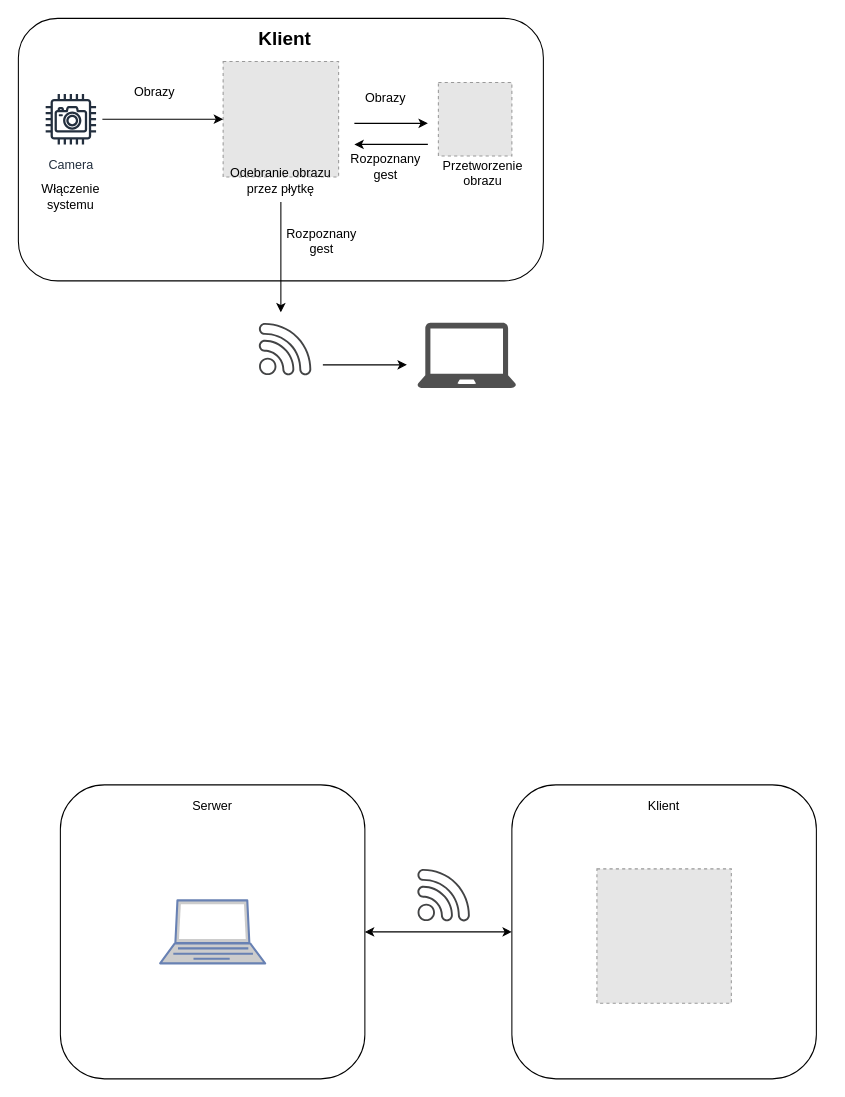
Above: dokumentacja/opis_systemu.drawio in Mitchu727/SKPS---gesture-recoqnition (draw.io), before the change. Source tidied: cells renumbered, new cells numbered last; positions are measured from the earlier drawing's top-left corner, leaving out a move shared by most shapes. Both pictures are drawn from the tidied source at 105%, with x=0, y=0 at pixel (18, 18). Pictures stored in the file or linked from it are replaced by grey dashed boxes.
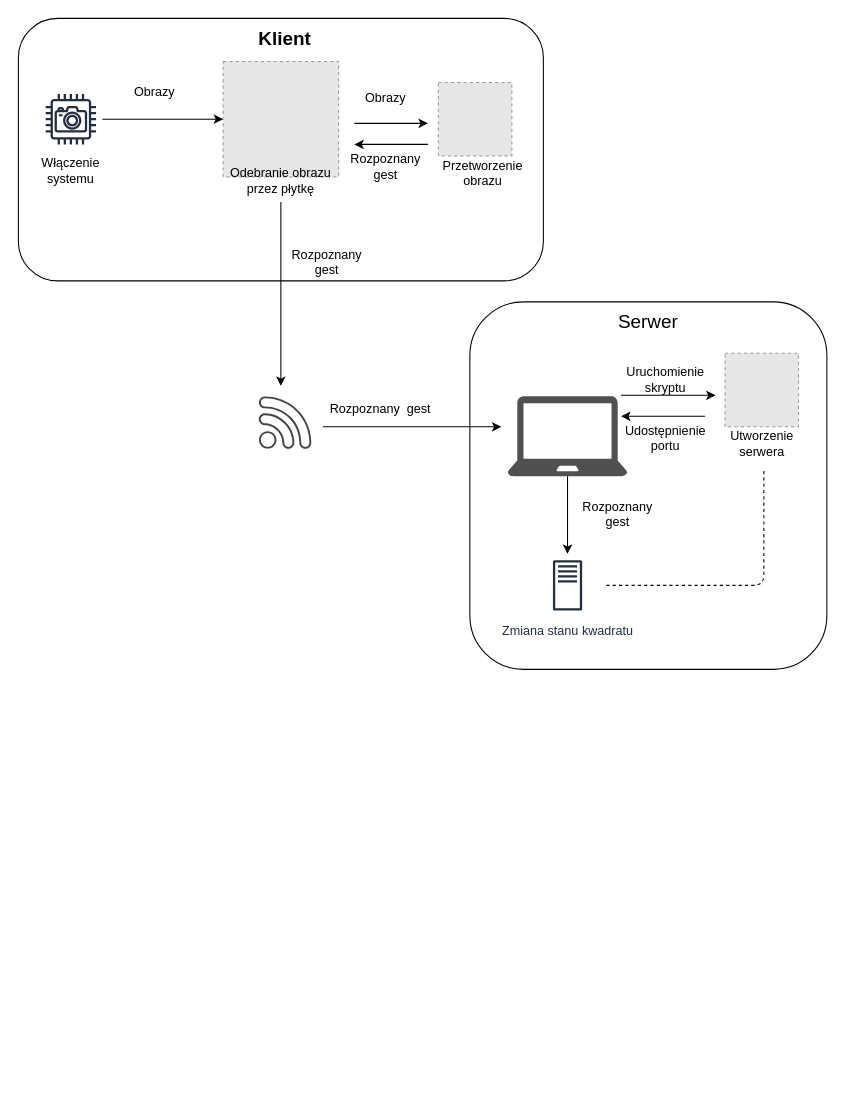
The same diagram, later.

Unchanged cells that the change refers to:
```xml
<mxCell id="14" value="Odebranie obrazu przez płytkę" style="text;html=1;strokeColor=none;fillColor=none;align=center;verticalAlign=middle;whiteSpace=wrap;rounded=0;" parent="1" vertex="1">
  <mxGeometry x="195" y="135" width="110" height="40" as="geometry" />
</mxCell>
```

Diff of the diagram source:
```diff
@@
+    <mxCell id="29" style="rounded=1;whiteSpace=wrap;html=1;fontSize=18;" parent="1" vertex="1">
+      <mxGeometry x="430" y="270" width="340" height="350" as="geometry" />
+    </mxCell>
@@
     <mxCell id="3" value="&lt;div&gt;Włączenie systemu &lt;br&gt;&lt;/div&gt;" style="text;html=1;strokeColor=none;fillColor=none;align=center;verticalAlign=middle;whiteSpace=wrap;rounded=0;" parent="1" vertex="1">
-      <mxGeometry x="30" y="160" width="40" height="20" as="geometry" />
+      <mxGeometry x="30" y="135" width="40" height="20" as="geometry" />
     </mxCell>
-    <mxCell id="4" style="rounded=1;whiteSpace=wrap;html=1;align=center;" parent="1" vertex="1">
-      <mxGeometry x="470" y="730" width="290" height="280" as="geometry" />
-    </mxCell>
-    <mxCell id="5" value="Klient" style="text;html=1;strokeColor=none;fillColor=none;align=center;verticalAlign=middle;whiteSpace=wrap;rounded=0;" parent="1" vertex="1">
-      <mxGeometry x="595" y="740" width="40" height="20" as="geometry" />
-    </mxCell>
-    <mxCell id="6" style="rounded=1;whiteSpace=wrap;html=1;align=center;" parent="1" vertex="1">
-      <mxGeometry x="40" y="730" width="290" height="280" as="geometry" />
-    </mxCell>
-    <mxCell id="7" value="&lt;div&gt;Serwer&lt;/div&gt;" style="text;html=1;strokeColor=none;fillColor=none;align=center;verticalAlign=middle;whiteSpace=wrap;rounded=0;" parent="1" vertex="1">
-      <mxGeometry x="165" y="740" width="40" height="20" as="geometry" />
-    </mxCell>
-    <mxCell id="8" style="fontColor=#0066CC;verticalAlign=top;verticalLabelPosition=bottom;labelPosition=center;align=center;html=1;fillColor=#CCCCCC;strokeColor=#6881B3;gradientColor=none;gradientDirection=north;strokeWidth=2;shape=mxgraph.networks.laptop;" parent="1" vertex="1">
-      <mxGeometry x="135" y="840" width="100" height="60" as="geometry" />
-    </mxCell>
-    <mxCell id="9" style="fillColor=#E6E6E6;strokeColor=#999999;dashed=1;html=1;verticalAlign=top;verticalLabelPosition=bottom;labelBackgroundColor=#ffffff;" parent="1" vertex="1">
-      <mxGeometry x="551" y="810" width="128" height="128" as="geometry" />
-    </mxCell>
-    <mxCell id="10" style="shadow=0;dashed=0;html=1;strokeColor=none;fillColor=#434445;labelPosition=center;verticalLabelPosition=bottom;verticalAlign=top;align=center;shape=mxgraph.vvd.wi_fi;" parent="1" vertex="1">
-      <mxGeometry x="380" y="810" width="50" height="50" as="geometry" />
-    </mxCell>
-    <mxCell id="11" style="endArrow=classic;startArrow=classic;html=1;" parent="1" edge="1" source="6" target="4">
-      <mxGeometry relative="1" as="geometry" />
-    </mxCell>
-    <mxCell id="12" value="Camera" style="outlineConnect=0;fontColor=#232F3E;gradientColor=none;strokeColor=#232F3E;fillColor=#ffffff;dashed=0;verticalLabelPosition=bottom;verticalAlign=top;align=center;html=1;fontSize=12;fontStyle=0;shape=mxgraph.aws4.resourceIcon;resIcon=mxgraph.aws4.camera;" parent="1" vertex="1">
+    <mxCell id="12" style="outlineConnect=0;fontColor=#232F3E;gradientColor=none;strokeColor=#232F3E;fillColor=#ffffff;dashed=0;verticalLabelPosition=bottom;verticalAlign=top;align=center;html=1;fontSize=12;fontStyle=0;shape=mxgraph.aws4.resourceIcon;resIcon=mxgraph.aws4.camera;" parent="1" vertex="1">
       <mxGeometry x="20" y="66" width="60" height="60" as="geometry" />
     </mxCell>
@@
     <mxCell id="23" style="endArrow=classic;html=1;exitX=0.5;exitY=1;exitDx=0;exitDy=0;" parent="1" edge="1" source="14">
       <mxGeometry relative="1" as="geometry">
-        <mxPoint x="250" y="280" as="targetPoint" />
+        <mxPoint x="250" y="350" as="targetPoint" />
       </mxGeometry>
     </mxCell>
     <mxCell id="24" style="shadow=0;dashed=0;html=1;strokeColor=none;fillColor=#434445;labelPosition=center;verticalLabelPosition=bottom;verticalAlign=top;align=center;shape=mxgraph.vvd.wi_fi;" parent="1" vertex="1">
-      <mxGeometry x="229" y="290" width="50" height="50" as="geometry" />
+      <mxGeometry x="229" y="360" width="50" height="50" as="geometry" />
     </mxCell>
     <mxCell id="25" value="&lt;div&gt;Rozpoznany gest&lt;/div&gt;&lt;div&gt;&lt;br&gt;&lt;/div&gt;" style="text;html=1;strokeColor=none;fillColor=none;align=center;verticalAlign=middle;whiteSpace=wrap;rounded=0;" parent="1" vertex="1">
-      <mxGeometry x="269" y="210" width="40" height="20" as="geometry" />
+      <mxGeometry x="274" y="230" width="40" height="20" as="geometry" />
     </mxCell>
@@
     <mxCell id="27" style="endArrow=classic;html=1;" parent="1" edge="1">
       <mxGeometry relative="1" as="geometry">
-        <mxPoint x="290" y="330" as="sourcePoint" />
-        <mxPoint x="370" y="330" as="targetPoint" />
+        <mxPoint x="290" y="389" as="sourcePoint" />
+        <mxPoint x="460" y="389" as="targetPoint" />
       </mxGeometry>
     </mxCell>
     <mxCell id="28" style="shadow=0;dashed=0;html=1;strokeColor=none;fillColor=#505050;labelPosition=center;verticalLabelPosition=bottom;verticalAlign=top;outlineConnect=0;align=center;shape=mxgraph.office.devices.laptop;fontSize=18;" parent="1" vertex="1">
-      <mxGeometry x="380" y="290" width="94" height="62" as="geometry" />
+      <mxGeometry x="466" y="360" width="114" height="76" as="geometry" />
     </mxCell>
+    <mxCell id="30" style="endArrow=classic;html=1;fontSize=18;" parent="1" edge="1">
+      <mxGeometry relative="1" as="geometry">
+        <mxPoint x="574" y="359" as="sourcePoint" />
+        <mxPoint x="664" y="359" as="targetPoint" />
+      </mxGeometry>
+    </mxCell>
+    <mxCell id="31" style="fillColor=#E6E6E6;strokeColor=#999999;dashed=1;html=1;verticalAlign=top;verticalLabelPosition=bottom;labelBackgroundColor=#ffffff;" parent="1" vertex="1">
+      <mxGeometry x="673" y="319" width="70" height="70" as="geometry" />
+    </mxCell>
+    <mxCell id="32" value="Utworzenie serwera" style="text;html=1;strokeColor=none;fillColor=none;align=center;verticalAlign=middle;whiteSpace=wrap;rounded=0;" parent="1" vertex="1">
+      <mxGeometry x="665.5" y="390" width="85" height="30" as="geometry" />
+    </mxCell>
+    <mxCell id="33" style="endArrow=classic;html=1;fontSize=18;" parent="1" edge="1">
+      <mxGeometry relative="1" as="geometry">
+        <mxPoint x="654" y="379" as="sourcePoint" />
+        <mxPoint x="574" y="379" as="targetPoint" />
+      </mxGeometry>
+    </mxCell>
+    <mxCell id="34" value="Uruchomienie skryptu" style="text;html=1;strokeColor=none;fillColor=none;align=center;verticalAlign=middle;whiteSpace=wrap;rounded=0;" parent="1" vertex="1">
+      <mxGeometry x="574" y="329" width="85" height="30" as="geometry" />
+    </mxCell>
+    <mxCell id="35" value="Udostępnienie portu" style="text;html=1;strokeColor=none;fillColor=none;align=center;verticalAlign=middle;whiteSpace=wrap;rounded=0;" parent="1" vertex="1">
+      <mxGeometry x="574" y="385" width="85" height="30" as="geometry" />
+    </mxCell>
+    <mxCell id="36" value="&lt;font style=&quot;font-size: 12px&quot;&gt;Rozpoznany&amp;nbsp;&lt;/font&gt;&lt;font style=&quot;font-size: 12px&quot;&gt; gest&lt;/font&gt;" style="text;html=1;strokeColor=none;fillColor=none;align=center;verticalAlign=middle;whiteSpace=wrap;rounded=0;fontSize=18;" parent="1" vertex="1">
+      <mxGeometry x="290" y="360" width="110" height="20" as="geometry" />
+    </mxCell>
+    <mxCell id="37" value="&lt;font style=&quot;font-size: 12px&quot;&gt;Zmiana &lt;font style=&quot;font-size: 12px&quot;&gt;stanu kwadratu&lt;/font&gt;&lt;br&gt;&lt;/font&gt;" style="outlineConnect=0;fontColor=#232F3E;gradientColor=none;strokeColor=#232F3E;fillColor=#ffffff;dashed=0;verticalLabelPosition=bottom;verticalAlign=top;align=center;html=1;fontSize=12;fontStyle=0;shape=mxgraph.aws4.resourceIcon;resIcon=mxgraph.aws4.traditional_server;" parent="1" vertex="1">
+      <mxGeometry x="493" y="510" width="60" height="60" as="geometry" />
+    </mxCell>
+    <mxCell id="38" style="endArrow=none;dashed=1;html=1;fontSize=18;" parent="1" edge="1">
+      <mxGeometry relative="1" as="geometry">
+        <mxPoint x="560" y="540" as="sourcePoint" />
+        <mxPoint x="710" y="430" as="targetPoint" />
+        <Array as="points">
+          <mxPoint x="710" y="540" />
+        </Array>
+      </mxGeometry>
+    </mxCell>
+    <mxCell id="39" value="&lt;div&gt;Rozpoznany gest&lt;/div&gt;&lt;div&gt;&lt;br&gt;&lt;/div&gt;" style="text;html=1;strokeColor=none;fillColor=none;align=center;verticalAlign=middle;whiteSpace=wrap;rounded=0;" parent="1" vertex="1">
+      <mxGeometry x="551" y="470" width="40" height="20" as="geometry" />
+    </mxCell>
+    <mxCell id="40" style="endArrow=classic;html=1;fontSize=18;" parent="1" edge="1" source="28" target="37">
+      <mxGeometry relative="1" as="geometry" />
+    </mxCell>
+    <mxCell id="7" value="&lt;div&gt;Serwer&lt;/div&gt;&lt;div&gt;&lt;br&gt;&lt;/div&gt;" style="text;html=1;strokeColor=none;fillColor=none;align=center;verticalAlign=middle;whiteSpace=wrap;rounded=0;fontSize=18;" parent="1" vertex="1">
+      <mxGeometry x="580" y="290" width="40" height="20" as="geometry" />
+    </mxCell>
```
